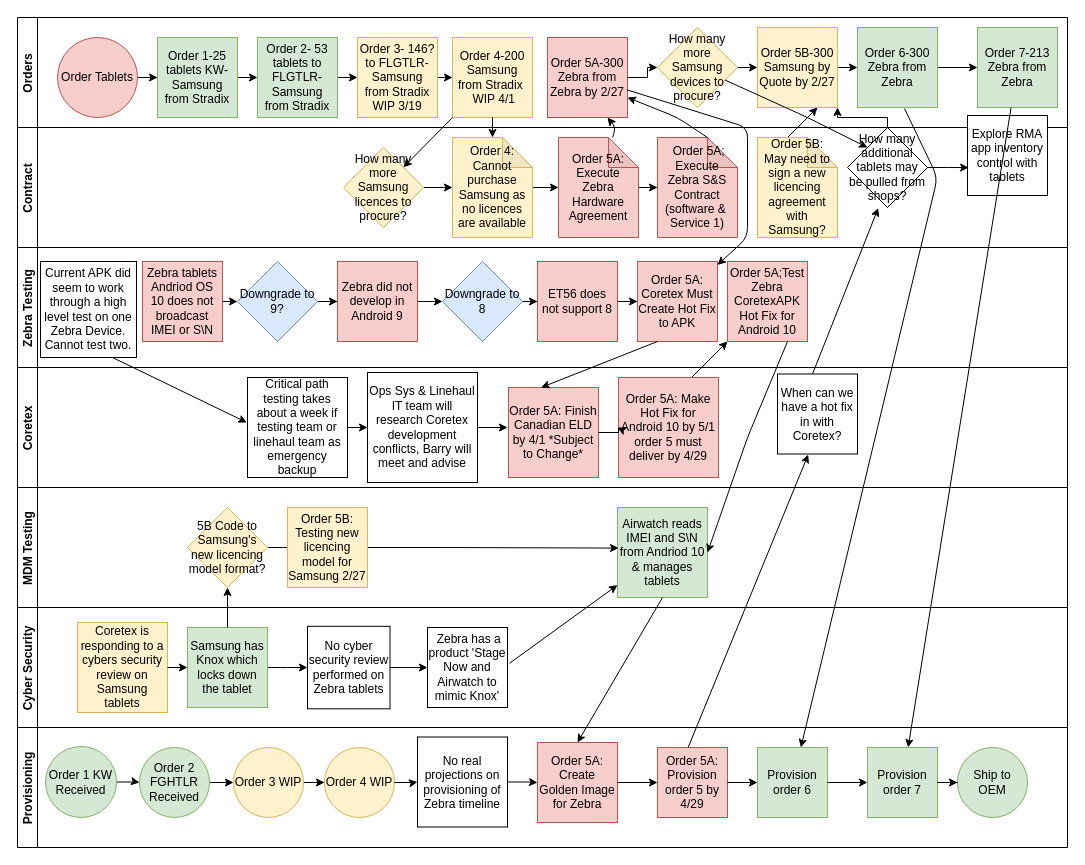
RustyTruck/plc4trucksduck keeps this draw.io diagram as Tablet Orders.drawio. Above is the earlier version. Source tidied: cells renumbered, new cells numbered last; positions are measured from the earlier drawing's top-left corner, leaving out a move shared by most shapes. Both pictures are drawn from the tidied source at 100%, with x=0, y=0 at pixel (17, 17).
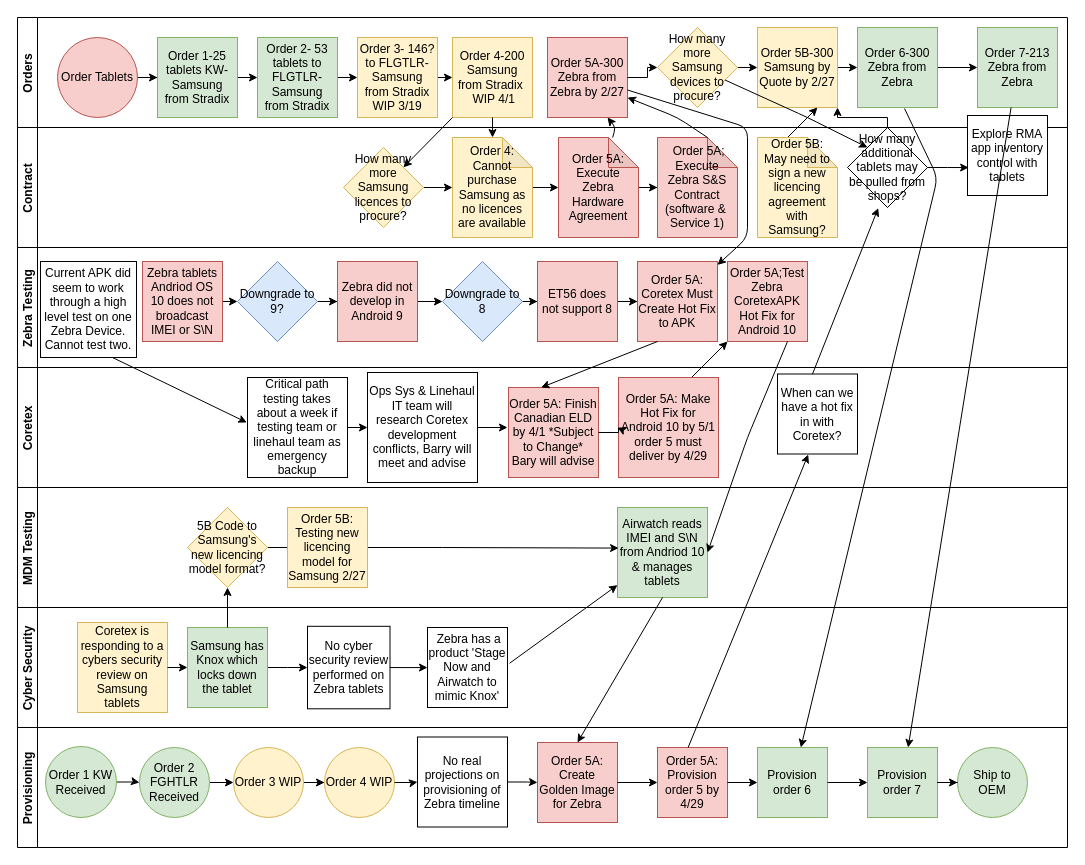
The same diagram, later.

The change refers to these unchanged cells:
```xml
<mxCell id="50" value="Coretex" style="swimlane;startSize=20;horizontal=0;rounded=0;swimlaneLine=1;" parent="1" vertex="1">
  <mxGeometry y="350" width="1050" height="120" as="geometry" />
</mxCell>
```

Diff of the diagram source:
```diff
@@
-    <mxCell id="51" value="Order 5A: Finish Canadian ELD by 4/1 *Subject to Change*" style="whiteSpace=wrap;html=1;rounded=0;fillColor=#f8cecc;strokeColor=#b85450;" parent="50" vertex="1">
+    <mxCell id="51" value="Order 5A: Finish Canadian ELD by 4/1 *Subject to Change* Bary will advise" style="whiteSpace=wrap;html=1;rounded=0;fillColor=#f8cecc;strokeColor=#b85450;" parent="50" vertex="1">
       <mxGeometry x="491" y="20" width="90" height="90" as="geometry" />
     </mxCell>
```
